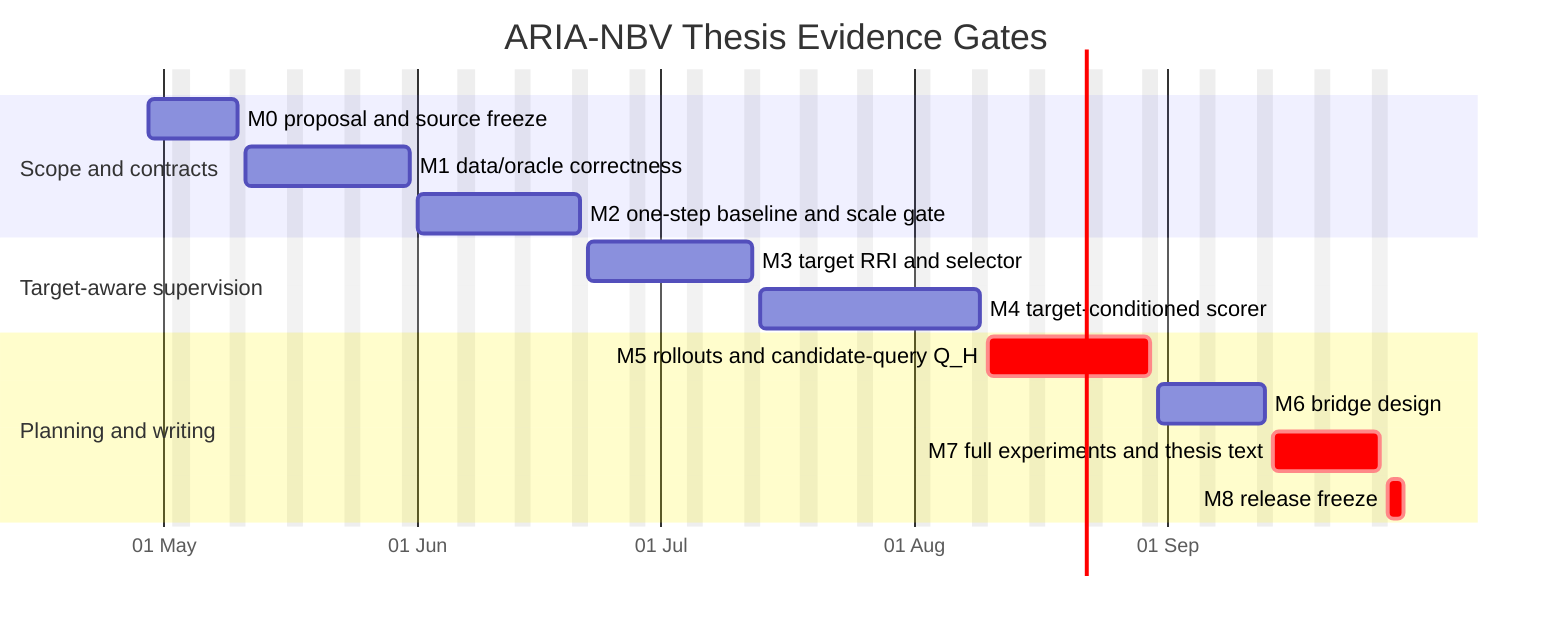
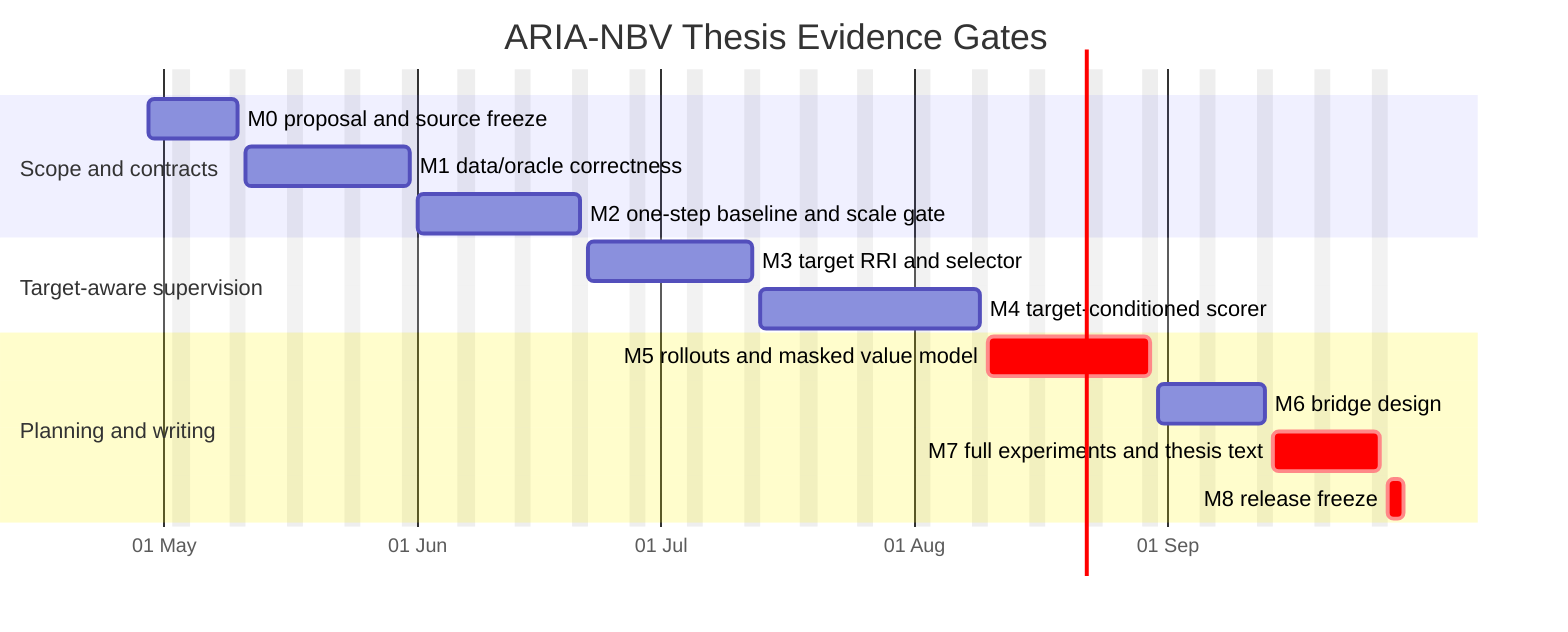
gantt
  title ARIA-NBV Thesis Evidence Gates
  dateFormat YYYY-MM-DD
  axisFormat %d %b
  excludes weekends

  section Scope and contracts
  M0 proposal and source freeze       :m0, 2026-04-29, 2026-05-10
  M1 data/oracle correctness          :m1, 2026-05-11, 2026-05-31
  M2 one-step baseline and scale gate :m2, 2026-06-01, 2026-06-21

  section Target-aware supervision
  M3 target RRI and selector          :m3, 2026-06-22, 2026-07-12
  M4 target-conditioned scorer        :m4, 2026-07-13, 2026-08-09

  section Planning and writing
-   M5 rollouts and candidate-query Q_H :crit, m5, 2026-08-10, 2026-08-30
+   M5 rollouts and masked value model  :crit, m5, 2026-08-10, 2026-08-30
  M6 bridge design                    :m6, 2026-08-31, 2026-09-13
  M7 full experiments and thesis text :crit, m7, 2026-09-14, 2026-09-27
  M8 release freeze                   :crit, m8, 2026-09-28, 2026-09-30
